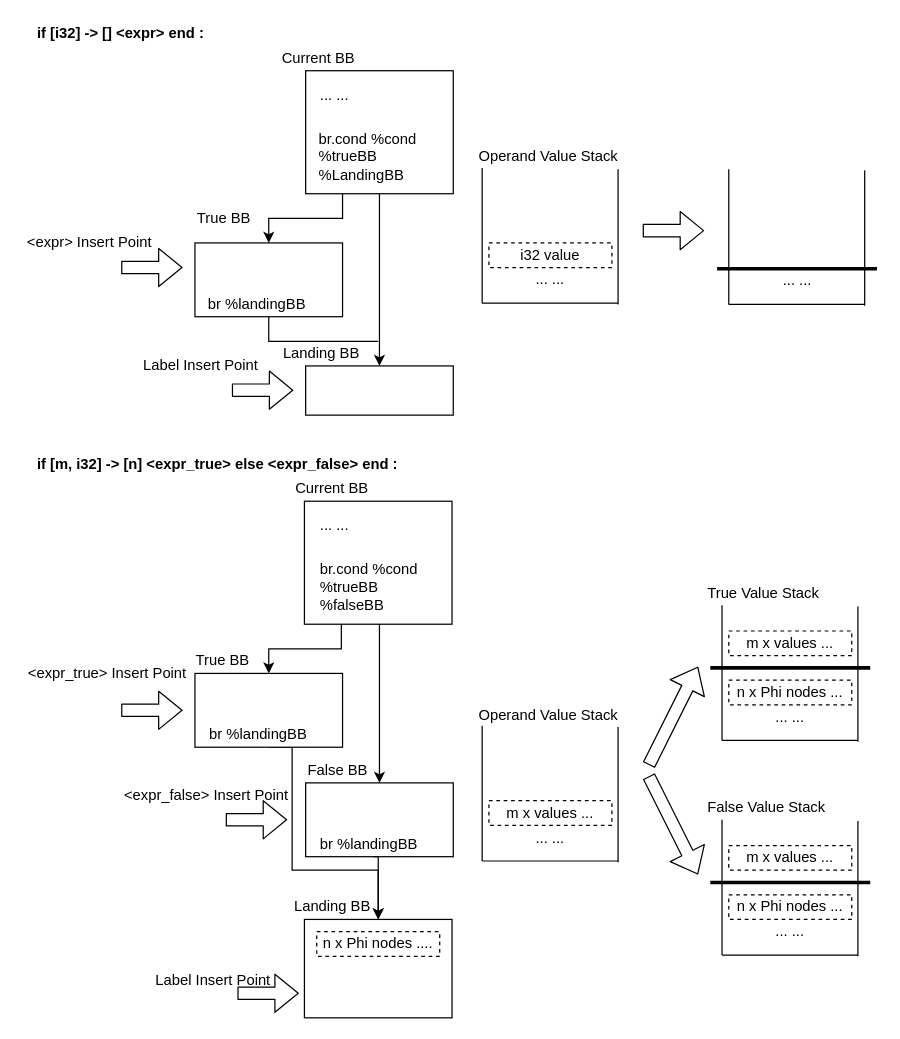
Earlier version of the draw.io diagram Images/4.MIR/translate-if.drawio (NineKa/sable-wasm-thesis). Source tidied: cells renumbered, new cells numbered last; positions are measured from the earlier drawing's top-left corner, leaving out a move shared by most shapes. Both pictures are drawn from the tidied source at 123%, with x=0, y=0 at pixel (21, 21).
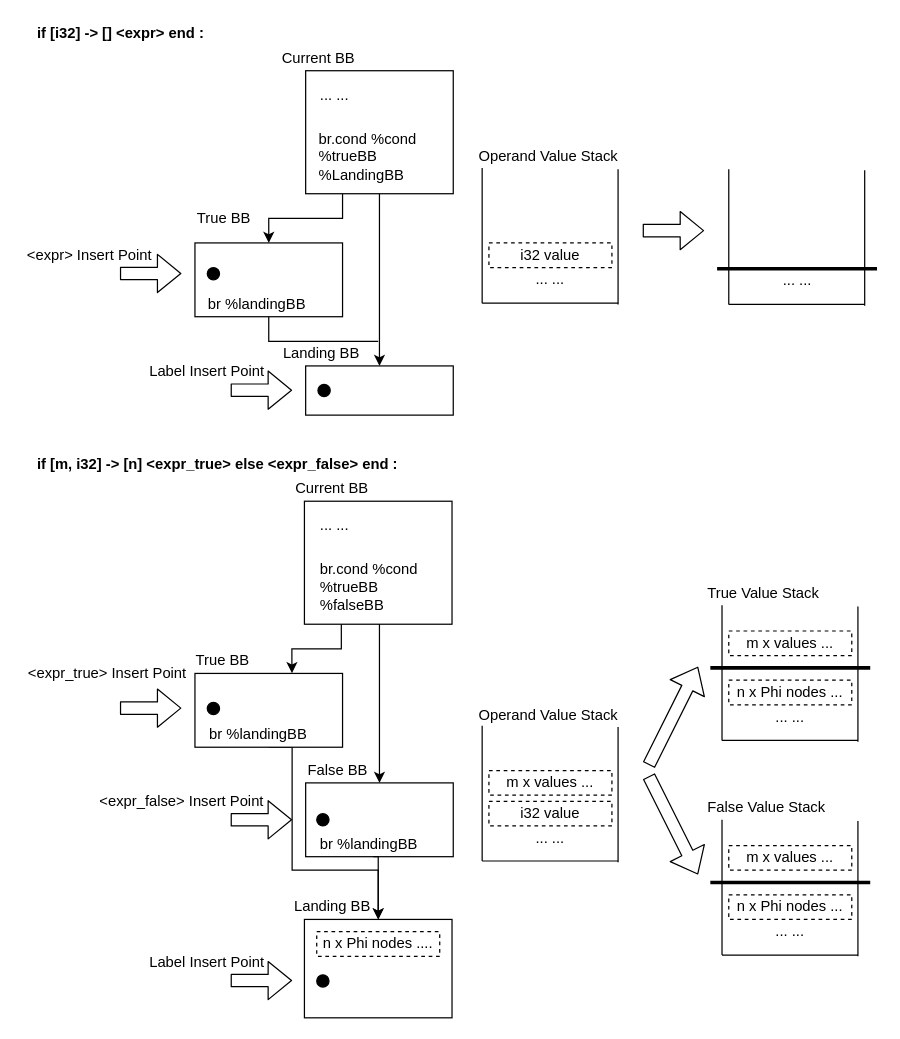
After the change.

The change refers to these unchanged cells:
```xml
<mxCell id="32" style="rounded=0;whiteSpace=wrap;html=1;align=left;" parent="1" vertex="1">
  <mxGeometry x="230" y="390" width="120" height="100" as="geometry" />
</mxCell>
<mxCell id="42" style="rounded=0;whiteSpace=wrap;html=1;align=left;" parent="1" vertex="1">
  <mxGeometry x="141" y="530" width="120" height="60" as="geometry" />
</mxCell>
```

What changed in the source:
```diff
@@
     <mxCell id="9" style="shape=flexArrow;endArrow=classic;html=1;" parent="1" edge="1">
       <mxGeometry relative="1" as="geometry">
-        <mxPoint x="171" y="299.7" as="sourcePoint" />
-        <mxPoint x="221" y="299.7" as="targetPoint" />
+        <mxPoint x="170" y="299.7" as="sourcePoint" />
+        <mxPoint x="220" y="299.7" as="targetPoint" />
       </mxGeometry>
     </mxCell>
     <mxCell id="10" value="Label Insert Point" style="text;html=1;strokeColor=none;fillColor=none;align=center;verticalAlign=middle;whiteSpace=wrap;rounded=0;dashed=1;" parent="1" vertex="1">
-      <mxGeometry x="96" y="270" width="100" height="20" as="geometry" />
+      <mxGeometry x="100.5" y="275" width="100" height="20" as="geometry" />
     </mxCell>
@@
     <mxCell id="28" style="shape=flexArrow;endArrow=classic;html=1;" parent="1" edge="1">
       <mxGeometry relative="1" as="geometry">
-        <mxPoint x="81" y="200" as="sourcePoint" />
-        <mxPoint x="131" y="200" as="targetPoint" />
+        <mxPoint x="80" y="204.8" as="sourcePoint" />
+        <mxPoint x="130" y="204.8" as="targetPoint" />
       </mxGeometry>
     </mxCell>
     <mxCell id="29" value="&amp;lt;expr&amp;gt; Insert Point" style="text;html=1;strokeColor=none;fillColor=none;align=center;verticalAlign=middle;whiteSpace=wrap;rounded=0;dashed=1;" parent="1" vertex="1">
-      <mxGeometry y="170" width="111" height="20" as="geometry" />
+      <mxGeometry y="180" width="111" height="20" as="geometry" />
     </mxCell>
-    <mxCell id="30" style="edgeStyle=orthogonalEdgeStyle;rounded=0;jettySize=auto;html=1;exitX=0.25;exitY=1;exitDx=0;exitDy=0;entryX=0.5;entryY=0;entryDx=0;entryDy=0;" parent="1" edge="1" source="32" target="42">
+    <mxCell id="30" style="edgeStyle=orthogonalEdgeStyle;rounded=0;jettySize=auto;html=1;exitX=0.25;exitY=1;exitDx=0;exitDy=0;entryX=0.657;entryY=-0.004;entryDx=0;entryDy=0;entryPerimeter=0;" parent="1" edge="1" source="32" target="42">
       <mxGeometry relative="1" as="geometry" />
     </mxCell>
@@
     <mxCell id="37" style="shape=flexArrow;endArrow=classic;html=1;" parent="1" edge="1">
       <mxGeometry relative="1" as="geometry">
-        <mxPoint x="175.5" y="790" as="sourcePoint" />
-        <mxPoint x="225.5" y="790" as="targetPoint" />
+        <mxPoint x="170" y="779.7" as="sourcePoint" />
+        <mxPoint x="220" y="779.7" as="targetPoint" />
       </mxGeometry>
     </mxCell>
     <mxCell id="38" value="Label Insert Point" style="text;html=1;strokeColor=none;fillColor=none;align=center;verticalAlign=middle;whiteSpace=wrap;rounded=0;dashed=1;" parent="1" vertex="1">
-      <mxGeometry x="105.5" y="770" width="100" height="20" as="geometry" />
+      <mxGeometry x="100.5" y="755" width="100" height="20" as="geometry" />
     </mxCell>
@@
     <mxCell id="44" style="shape=flexArrow;endArrow=classic;html=1;" parent="1" edge="1">
       <mxGeometry relative="1" as="geometry">
-        <mxPoint x="81" y="560" as="sourcePoint" />
-        <mxPoint x="131" y="560" as="targetPoint" />
+        <mxPoint x="80" y="558.2" as="sourcePoint" />
+        <mxPoint x="130" y="558.2" as="targetPoint" />
       </mxGeometry>
     </mxCell>
@@
     <mxCell id="53" style="shape=flexArrow;endArrow=classic;html=1;" parent="1" edge="1">
       <mxGeometry relative="1" as="geometry">
-        <mxPoint x="166" y="649" as="sourcePoint" />
-        <mxPoint x="216" y="649" as="targetPoint" />
+        <mxPoint x="170" y="649" as="sourcePoint" />
+        <mxPoint x="220" y="649" as="targetPoint" />
       </mxGeometry>
     </mxCell>
     <mxCell id="54" value="&amp;lt;expr_false&amp;gt; Insert Point" style="text;html=1;strokeColor=none;fillColor=none;align=center;verticalAlign=middle;whiteSpace=wrap;rounded=0;dashed=1;" parent="1" vertex="1">
-      <mxGeometry x="80" y="619" width="141" height="20" as="geometry" />
+      <mxGeometry x="59.5" y="624" width="141" height="20" as="geometry" />
     </mxCell>
@@
     <mxCell id="60" value="m x values ..." style="rounded=0;whiteSpace=wrap;html=1;dashed=1;align=center;" parent="1" vertex="1">
-      <mxGeometry x="380" y="633.5" width="100" height="20" as="geometry" />
+      <mxGeometry x="380" y="609" width="100" height="20" as="geometry" />
     </mxCell>
@@
+    <mxCell id="79" style="ellipse;whiteSpace=wrap;html=1;fillColor=#000000;" parent="1" vertex="1">
+      <mxGeometry x="151" y="200" width="10" height="10" as="geometry" />
+    </mxCell>
+    <mxCell id="80" style="ellipse;whiteSpace=wrap;html=1;fillColor=#000000;" parent="1" vertex="1">
+      <mxGeometry x="241" y="295" width="10" height="10" as="geometry" />
+    </mxCell>
+    <mxCell id="81" style="ellipse;whiteSpace=wrap;html=1;fillColor=#000000;" parent="1" vertex="1">
+      <mxGeometry x="151" y="553.5" width="10" height="10" as="geometry" />
+    </mxCell>
+    <mxCell id="82" style="ellipse;whiteSpace=wrap;html=1;fillColor=#000000;" parent="1" vertex="1">
+      <mxGeometry x="240" y="644" width="10" height="10" as="geometry" />
+    </mxCell>
+    <mxCell id="83" style="ellipse;whiteSpace=wrap;html=1;fillColor=#000000;" parent="1" vertex="1">
+      <mxGeometry x="240" y="775" width="10" height="10" as="geometry" />
+    </mxCell>
+    <mxCell id="84" value="i32 value" style="rounded=0;whiteSpace=wrap;html=1;dashed=1;align=center;" parent="1" vertex="1">
+      <mxGeometry x="380" y="634" width="100" height="20" as="geometry" />
+    </mxCell>
```
